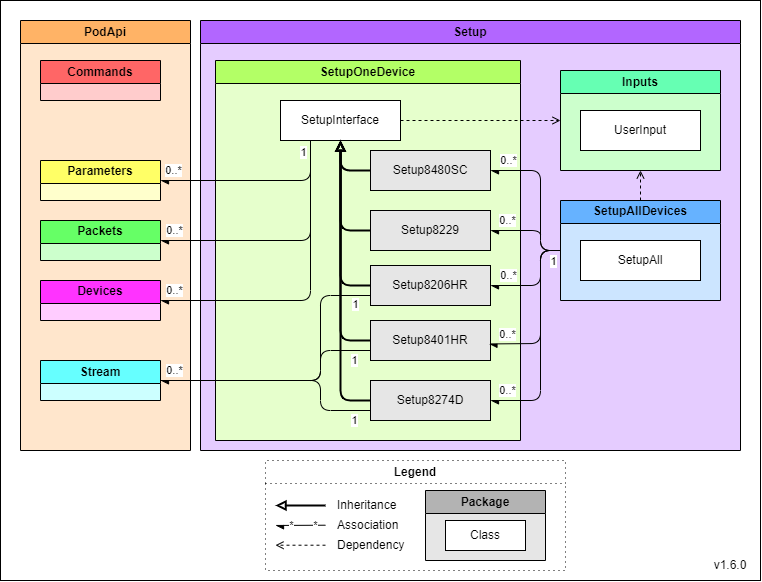
This is Documents/Diagrams/class-diagrams-Setup.png from Pinnacle-Technology-Inc/Morelia, a draw.io export, as it was before one commit. Source tidied: cells renumbered, new cells last; positions are measured from the earlier drawing's top-left corner, leaving out a move shared by most shapes.
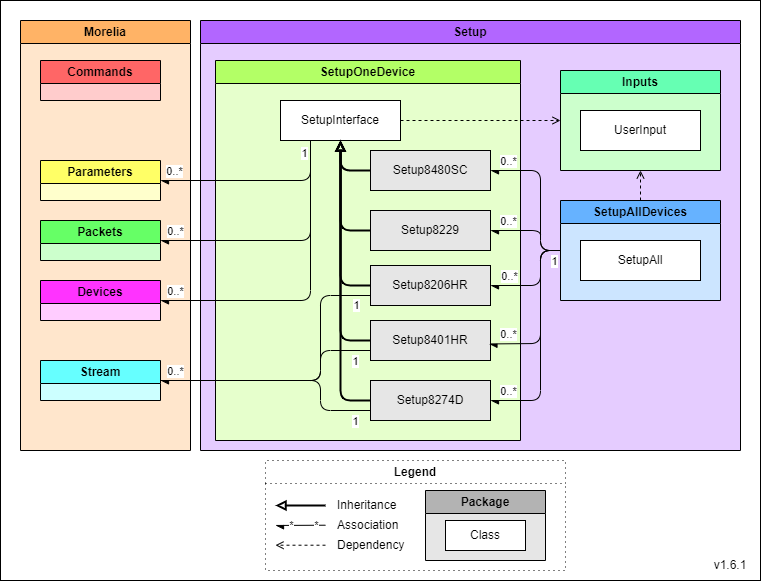
Above is the later version.

What changed in the source:
```diff
@@ -5,7 +5,7 @@
     <mxCell id="2" style="rounded=0;whiteSpace=wrap;html=1;" parent="1" vertex="1">
       <mxGeometry width="760" height="580" as="geometry" />
     </mxCell>
-    <mxCell id="3" value="PodApi" style="swimlane;whiteSpace=wrap;html=1;fillColor=#FFB366;swimlaneFillColor=#FFE6CC;" parent="1" vertex="1">
+    <mxCell id="3" value="Morelia" style="swimlane;whiteSpace=wrap;html=1;fillColor=#FFB366;swimlaneFillColor=#FFE6CC;" parent="1" vertex="1">
       <mxGeometry x="20" y="20" width="170" height="430" as="geometry" />
     </mxCell>
     <mxCell id="4" value="Devices" style="swimlane;whiteSpace=wrap;html=1;fillColor=#FF33FF;swimlaneFillColor=#FFCCFF;" parent="3" vertex="1">
@@ -69,7 +69,7 @@
         <mxPoint x="-3" as="offset" />
       </mxGeometry>
     </mxCell>
-    <mxCell id="20" value="v1.6.0" style="text;html=1;strokeColor=none;fillColor=none;align=center;verticalAlign=middle;whiteSpace=wrap;rounded=0;fontStyle=0;" parent="1" vertex="1">
+    <mxCell id="20" value="v1.6.1" style="text;html=1;strokeColor=none;fillColor=none;align=center;verticalAlign=middle;whiteSpace=wrap;rounded=0;fontStyle=0;" parent="1" vertex="1">
       <mxGeometry x="700" y="550" width="60" height="30" as="geometry" />
     </mxCell>
     <mxCell id="21" value="Setup" style="swimlane;whiteSpace=wrap;html=1;fillColor=#B266FF;swimlaneFillColor=#E5CCFF;" parent="1" vertex="1">
```
